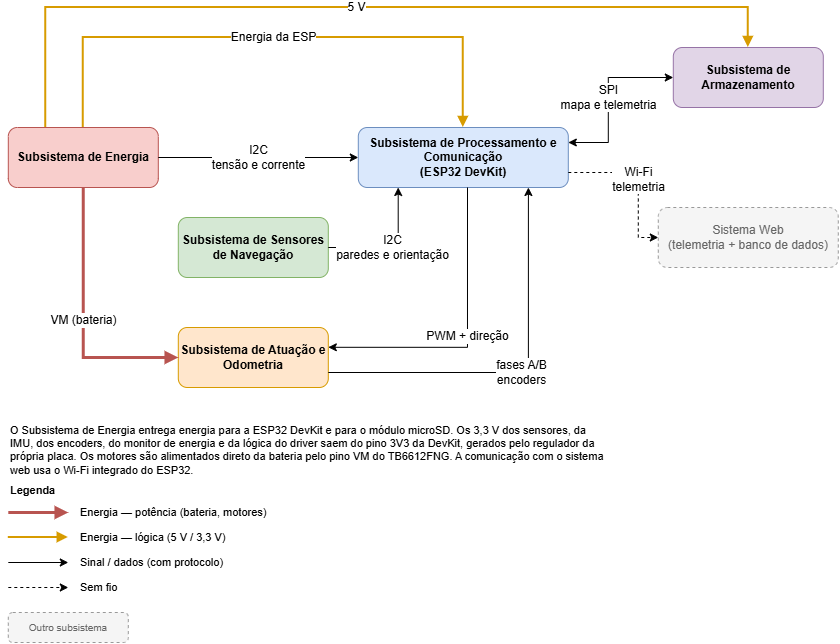
This is hw/Placa de Integração/Diagrama de blocos/Diagrama de blocos-Visão geral.drawio.png from fcte-pi1/2026.2_PI1_Grupo2_Hilmer, a draw.io export, as it was before one commit. Source tidied: cells renumbered, new cells last; positions are measured from the earlier drawing's top-left corner, leaving out a move shared by most shapes.
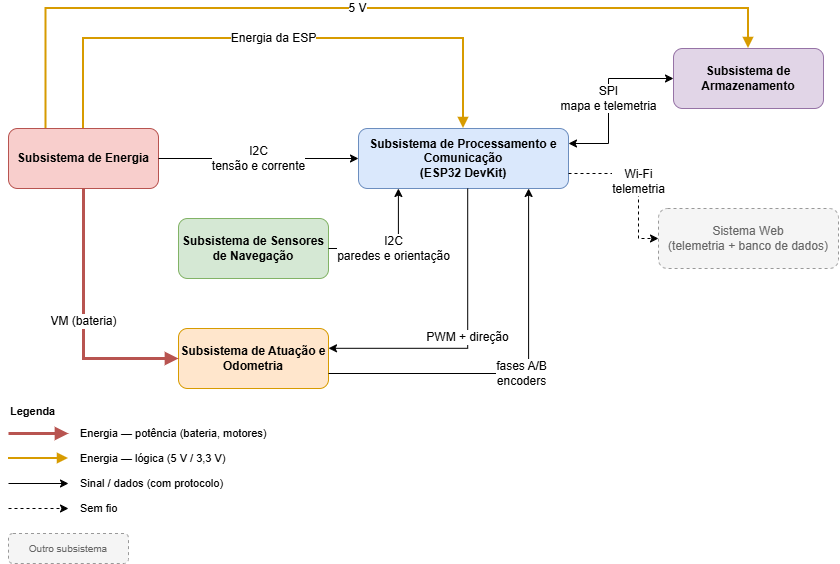
The same diagram one commit later.

Commit message:
[Hardware] Reduz projeto conceitual e diagramas ao escopo do diagrama de blocos

Diff of the diagram source:
```diff
@@ -75,41 +75,38 @@
         </Array>
       </mxGeometry>
     </mxCell>
-    <mxCell id="16" value="O Subsistema de Energia entrega energia para a ESP32 DevKit e para o módulo microSD. Os 3,3 V dos sensores, da IMU, dos encoders, do monitor de energia e da lógica do driver saem do pino 3V3 da DevKit, gerados pelo regulador da própria placa. Os motores são alimentados direto da bateria pelo pino VM do TB6612FNG. A comunicação com o sistema web usa o Wi-Fi integrado do ESP32." style="text;html=1;align=left;verticalAlign=top;whiteSpace=wrap;fontSize=11;" parent="1" vertex="1">
-      <mxGeometry y="410" width="600" height="40" as="geometry" />
-    </mxCell>
     <mxCell id="17" value="&lt;b&gt;Legenda&lt;/b&gt;" style="text;html=1;align=left;verticalAlign=top;whiteSpace=wrap;fontSize=11;" parent="1" vertex="1">
-      <mxGeometry y="470" width="200" height="20" as="geometry" />
+      <mxGeometry y="390" width="200" height="20" as="geometry" />
     </mxCell>
     <mxCell id="18" style="edgeStyle=orthogonalEdgeStyle;rounded=0;orthogonalLoop=1;jettySize=auto;html=1;labelBackgroundColor=#FFFFFF;fontSize=10;strokeWidth=3;strokeColor=#B85450;endArrow=block;endFill=1;" parent="1" edge="1">
       <mxGeometry relative="1" as="geometry">
-        <mxPoint y="505" as="sourcePoint" />
-        <mxPoint x="60" y="505" as="targetPoint" />
+        <mxPoint y="425" as="sourcePoint" />
+        <mxPoint x="60" y="425" as="targetPoint" />
       </mxGeometry>
     </mxCell>
     <mxCell id="19" value="Energia — potência (bateria, motores)" style="text;html=1;align=left;verticalAlign=top;whiteSpace=wrap;fontSize=11;verticalAlign=middle;" parent="1" vertex="1">
-      <mxGeometry x="70" y="495" width="240" height="20" as="geometry" />
+      <mxGeometry x="70" y="415" width="240" height="20" as="geometry" />
     </mxCell>
     <mxCell id="20" style="edgeStyle=orthogonalEdgeStyle;rounded=0;orthogonalLoop=1;jettySize=auto;html=1;labelBackgroundColor=#FFFFFF;fontSize=10;strokeWidth=1;endArrow=classic;endFill=1;" parent="1" edge="1">
       <mxGeometry relative="1" as="geometry">
-        <mxPoint y="555" as="sourcePoint" />
-        <mxPoint x="60" y="555" as="targetPoint" />
+        <mxPoint y="475" as="sourcePoint" />
+        <mxPoint x="60" y="475" as="targetPoint" />
       </mxGeometry>
     </mxCell>
     <mxCell id="21" value="Sinal / dados (com protocolo)" style="text;html=1;align=left;verticalAlign=top;whiteSpace=wrap;fontSize=11;verticalAlign=middle;" parent="1" vertex="1">
-      <mxGeometry x="70" y="545" width="200" height="20" as="geometry" />
+      <mxGeometry x="70" y="465" width="200" height="20" as="geometry" />
     </mxCell>
     <mxCell id="22" style="edgeStyle=orthogonalEdgeStyle;rounded=0;orthogonalLoop=1;jettySize=auto;html=1;labelBackgroundColor=#FFFFFF;fontSize=10;strokeWidth=1;endArrow=classic;endFill=1;dashed=1;" parent="1" edge="1">
       <mxGeometry relative="1" as="geometry">
-        <mxPoint y="580" as="sourcePoint" />
-        <mxPoint x="60" y="580" as="targetPoint" />
+        <mxPoint y="500" as="sourcePoint" />
+        <mxPoint x="60" y="500" as="targetPoint" />
       </mxGeometry>
     </mxCell>
     <mxCell id="23" value="Sem fio" style="text;html=1;align=left;verticalAlign=top;whiteSpace=wrap;fontSize=11;verticalAlign=middle;" parent="1" vertex="1">
-      <mxGeometry x="70" y="570" width="200" height="20" as="geometry" />
+      <mxGeometry x="70" y="490" width="200" height="20" as="geometry" />
     </mxCell>
     <mxCell id="24" value="Outro subsistema" style="rounded=1;whiteSpace=wrap;html=1;fillColor=#f5f5f5;strokeColor=#999999;dashed=1;fontColor=#666666;fontSize=10;" parent="1" vertex="1">
-      <mxGeometry y="605" width="120" height="30" as="geometry" />
+      <mxGeometry y="525" width="120" height="30" as="geometry" />
     </mxCell>
     <mxCell id="25" value="&lt;font style=&quot;font-size: 12px;&quot;&gt;5 V&lt;/font&gt;" style="edgeStyle=orthogonalEdgeStyle;rounded=0;jettySize=auto;html=1;labelBackgroundColor=#FFFFFF;fontSize=10;strokeWidth=2;strokeColor=#D79B00;endArrow=block;endFill=1;exitX=0.25;exitY=0;exitDx=0;exitDy=0;entryX=0.5;entryY=0;entryDx=0;entryDy=0;" parent="1" edge="1" source="2" target="6">
       <mxGeometry relative="1" as="geometry">
@@ -121,12 +118,12 @@
     </mxCell>
     <mxCell id="26" style="edgeStyle=orthogonalEdgeStyle;rounded=0;orthogonalLoop=1;jettySize=auto;html=1;labelBackgroundColor=#FFFFFF;fontSize=10;strokeWidth=2;strokeColor=#D79B00;endArrow=block;endFill=1;" parent="1" edge="1">
       <mxGeometry relative="1" as="geometry">
-        <mxPoint y="530" as="sourcePoint" />
-        <mxPoint x="60" y="530" as="targetPoint" />
+        <mxPoint y="450" as="sourcePoint" />
+        <mxPoint x="60" y="450" as="targetPoint" />
       </mxGeometry>
     </mxCell>
     <mxCell id="27" value="Energia — lógica (5 V / 3,3 V)" style="text;html=1;align=left;verticalAlign=top;whiteSpace=wrap;fontSize=11;verticalAlign=middle;" parent="1" vertex="1">
-      <mxGeometry x="70" y="520" width="240" height="20" as="geometry" />
+      <mxGeometry x="70" y="440" width="240" height="20" as="geometry" />
     </mxCell>
   </root>
 </mxGraphModel>
```
